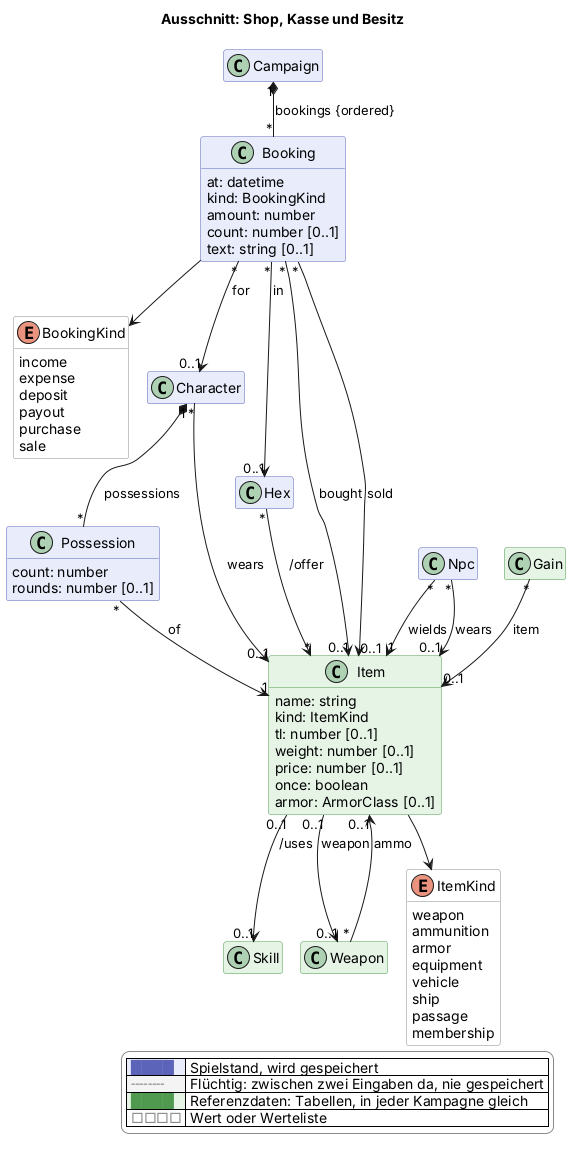
Before: docs/views/shop.png, a diagram exported from PlantUML (scuzzar/SRE).
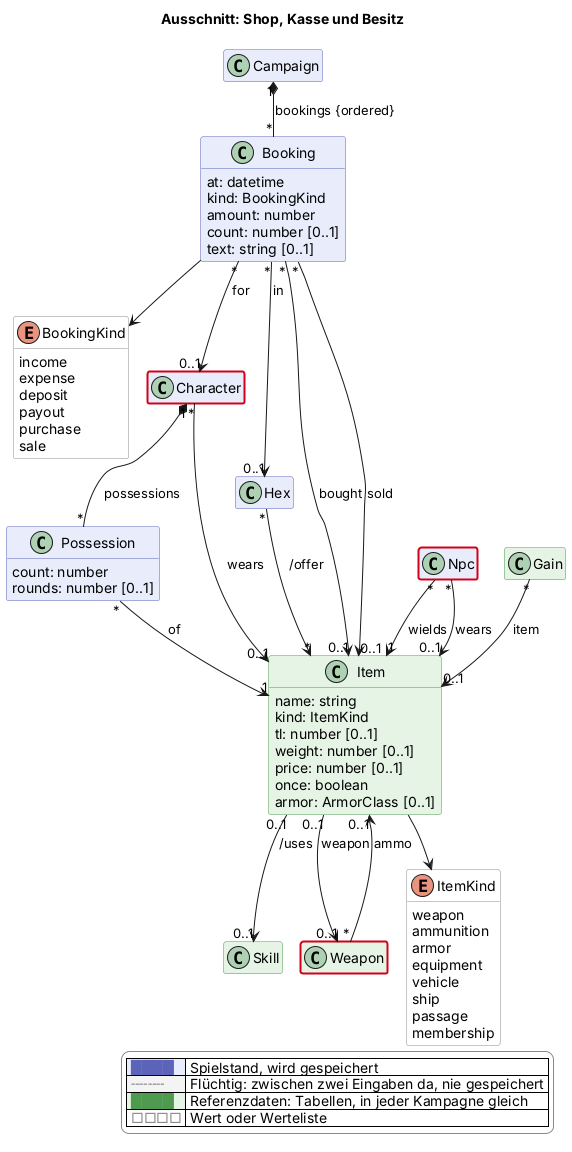
After the change.

The edit, as a diff of the source:
```diff
@@ -146,4 +146,7 @@
   |<#e6f4e6> <color:#4f9a4f>████</color> | Referenzdaten: Tabellen, in jeder Kampagne gleich |
   |<#ffffff> <color:#8a8a8a>□□□□</color> | Wert oder Werteliste |
 endlegend
+class Character #line:d0021b;line.bold
+class Npc #line:d0021b;line.bold
+class Weapon #line:d0021b;line.bold
 @enduml
```
